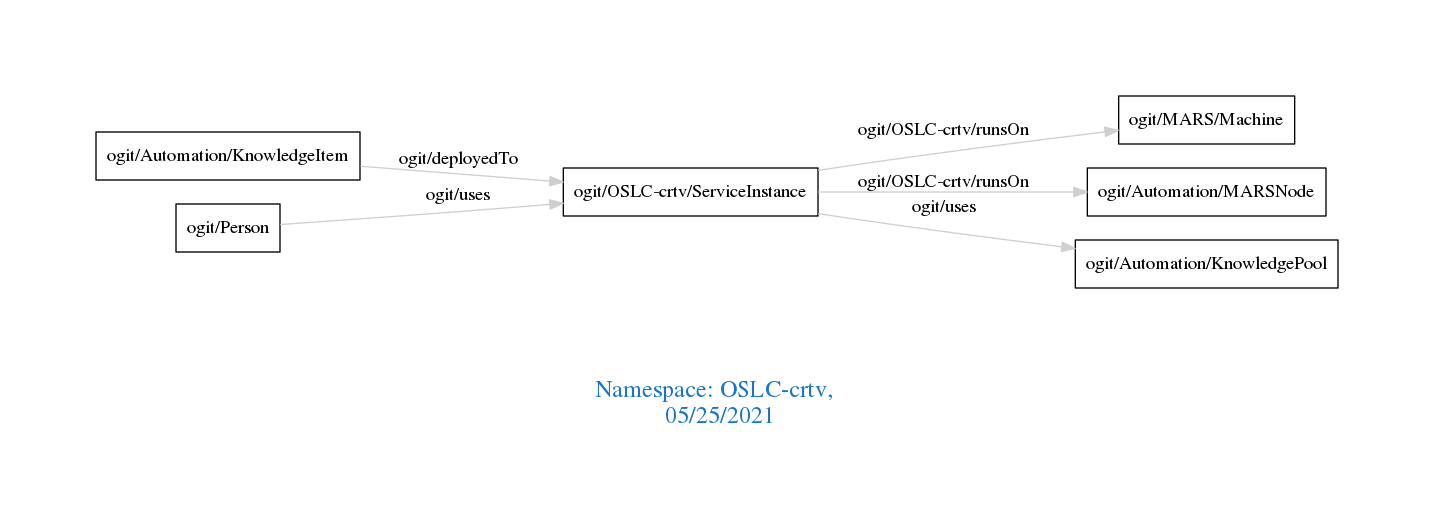
Earlier version of the Graphviz export downloads/OSLC-crtv.png (arago/OGIT). Its source is kept beside it as downloads/OSLC-crtv.dot.
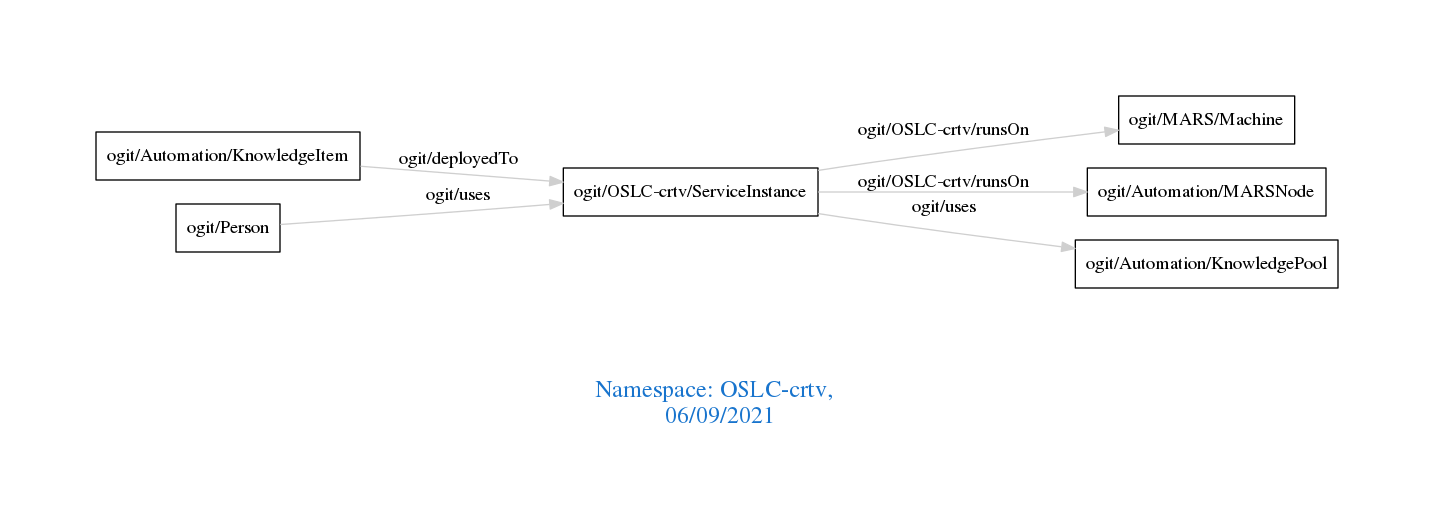
Above is the later version.

Change to the diagram source:
```diff
@@ -1,7 +1,7 @@
 digraph OGIT_ontology {
  graph [ rankdir= LR,pad=1
 fontsize = 18,
-fontcolor= dodgerblue3,label = "\n\n\nNamespace: OSLC-crtv, \n 05/25/2021"];
+fontcolor= dodgerblue3,label = "\n\n\nNamespace: OSLC-crtv, \n 06/09/2021"];
 node[shape=polygon];
 edge [  color="gray81"];
 
```
